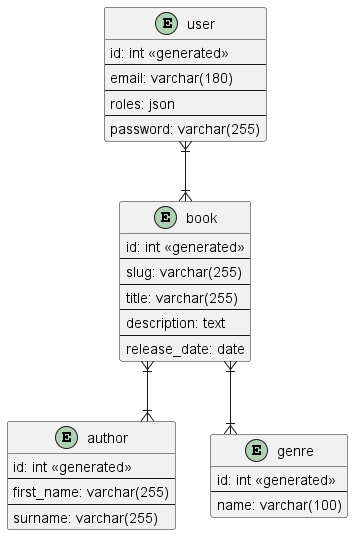
The PlantUML diagram uml/Entity Relationship Diagram.png in Ivan-Usenko/library-api, before a commit.
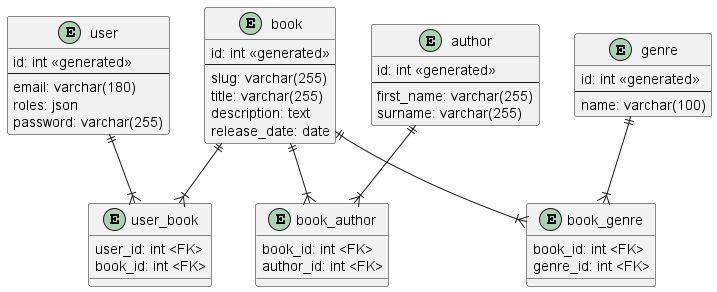
After the commit.

Commit message:
Changed ERD diagram

Change to the diagram source:
```diff
@@ -1,35 +1,42 @@
 @startuml
-
-skinparam linetype ortho
 
 
 entity user {
 	id: int <<generated>>
 	--
 	email: varchar(180)
-	--
 	roles: json
-	--
 	password: varchar(255)
+}
+
+entity user_book {
+	user_id: int <FK>
+	book_id: int <FK>
 }
 
 entity book {
 	id: int <<generated>>
 	--
 	slug: varchar(255)
-	--
 	title: varchar(255)
-	--
 	description: text
-	--
 	release_date: date
+}
+
+entity book_author {
+	book_id: int <FK>
+	author_id: int <FK>
+}
+
+entity book_genre {
+	book_id: int <FK>
+	genre_id: int <FK>
 }
 
 entity author {
 	id: int <<generated>>
 	--
 	first_name: varchar(255)
-	--
 	surname: varchar(255)
 }
 
@@ -39,8 +46,11 @@
 	name: varchar(100)
 }
 
-user }|--|{ book
-book }|--|{ genre
-book }|--|{ author
+user ||--|{ user_book
+book ||--|{ user_book
+book ||--|{ book_genre
+genre ||--|{ book_genre
+book ||--|{ book_author
+author ||--|{ book_author
 
 @enduml
```
